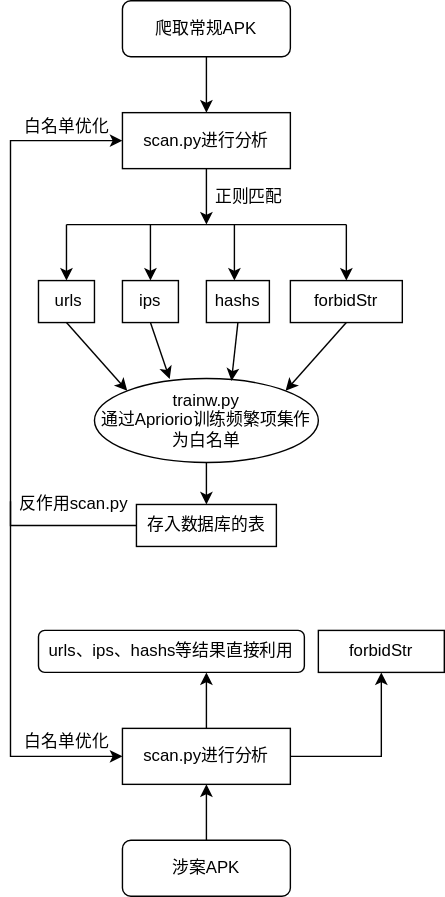
Earlier version of the draw.io export 模型.svg (Ech0zr/liuchengtu). Source tidied: cells renumbered, new cells last; positions are measured from the earlier drawing's top-left corner, leaving out a move shared by most shapes.
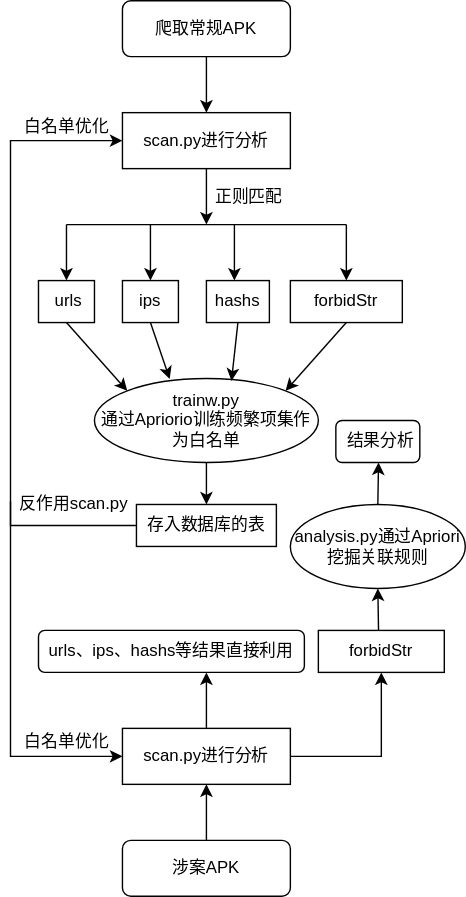
The same file after the commit.

What changed in the source:
```diff
@@ -146,5 +146,21 @@
     <mxCell id="35" value="forbidStr" style="rounded=0;whiteSpace=wrap;html=1;" parent="1" vertex="1">
       <mxGeometry x="220" y="450" width="90" height="30" as="geometry" />
     </mxCell>
+    <mxCell id="36" value="analysis.py通过Apriori挖掘关联规则" style="ellipse;whiteSpace=wrap;html=1;" parent="1" vertex="1">
+      <mxGeometry x="200" y="360" width="125" height="60" as="geometry" />
+    </mxCell>
+    <mxCell id="37" style="endArrow=classic;html=1;rounded=0;entryX=0.5;entryY=1;entryDx=0;entryDy=0;" parent="1" edge="1" target="36">
+      <mxGeometry relative="1" as="geometry">
+        <mxPoint x="263" y="450" as="sourcePoint" />
+      </mxGeometry>
+    </mxCell>
+    <mxCell id="38" style="endArrow=classic;html=1;rounded=0;exitX=0.5;exitY=0;exitDx=0;exitDy=0;" parent="1" edge="1" source="36">
+      <mxGeometry relative="1" as="geometry">
+        <mxPoint x="263" y="330" as="targetPoint" />
+      </mxGeometry>
+    </mxCell>
+    <mxCell id="39" value="&amp;nbsp;结果分析" style="rounded=1;whiteSpace=wrap;html=1;" parent="1" vertex="1">
+      <mxGeometry x="232.5" y="300" width="60" height="30" as="geometry" />
+    </mxCell>
   </root>
 </mxGraphModel>
```
